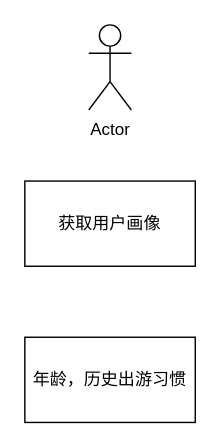
huangshijie/Drawio keeps this draw.io diagram as page "Registration" (2 of 3) of explore.drawio. Above is the earlier version. Source tidied: cells renumbered, new cells numbered last; positions are measured from the earlier drawing's top-left corner, leaving out a move shared by most shapes. Both pictures are drawn from the tidied source at 142%, with x=0, y=0 at pixel (24, 24).
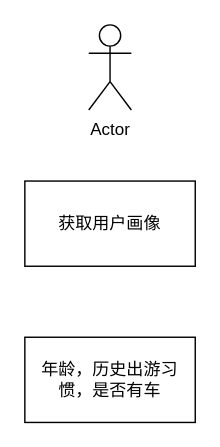
After the change.

What changed in the source:
```diff
@@
 <mxGraphModel>
   <root>
     <mxCell id="0" />
     <mxCell id="1" parent="0" />
     <mxCell id="2" value="获取用户画像" style="rounded=0;whiteSpace=wrap;html=1;" parent="1" vertex="1">
       <mxGeometry y="110" width="120" height="60" as="geometry" />
     </mxCell>
     <mxCell id="3" value="Actor" style="shape=umlActor;verticalLabelPosition=bottom;verticalAlign=top;html=1;" parent="1" vertex="1">
       <mxGeometry x="45" width="30" height="60" as="geometry" />
     </mxCell>
-    <mxCell id="4" value="年龄，历史出游习惯" style="rounded=0;whiteSpace=wrap;html=1;" parent="1" vertex="1">
+    <mxCell id="4" value="年龄，历史出游习惯，是否有车" style="rounded=0;whiteSpace=wrap;html=1;" parent="1" vertex="1">
       <mxGeometry y="220" width="120" height="60" as="geometry" />
     </mxCell>
   </root>
 </mxGraphModel>
```
